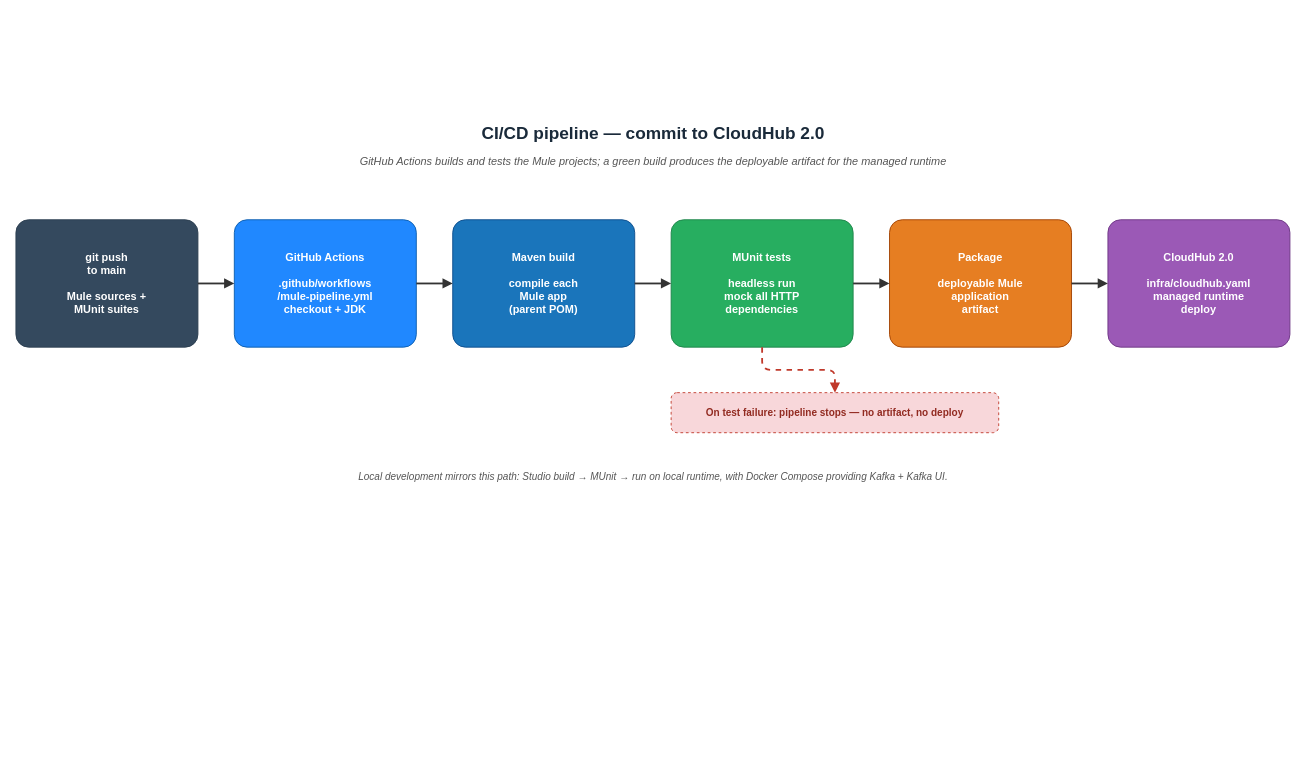
This is docs/cicd-pipeline.drawio from Bellick-Jiao/mulesoft-citizen360, a draw.io file, before an edit. Source tidied: cells renumbered, new cells numbered last; positions are measured from the earlier drawing's top-left corner, leaving out a move shared by most shapes. Both pictures are drawn from the tidied source at 91%, with x=0, y=0 at pixel (15, 117).
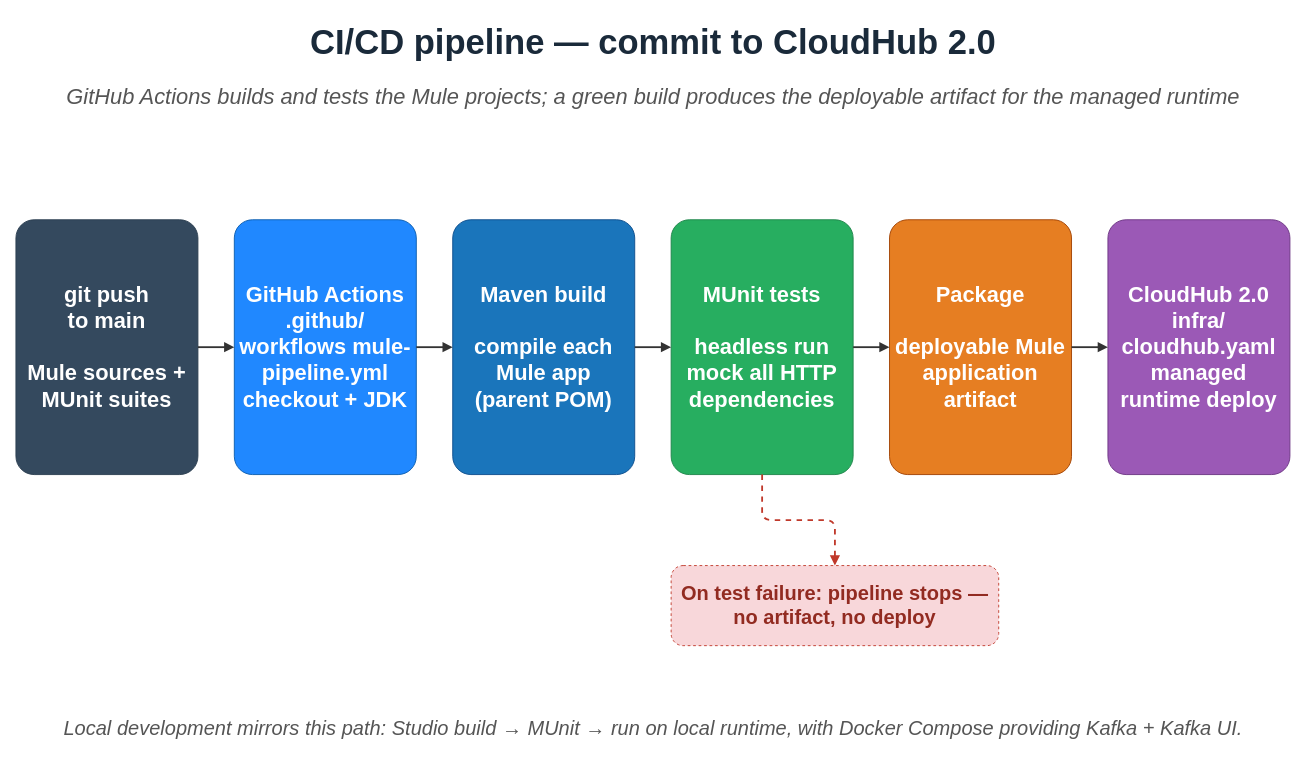
The same page after the edit.

Commit message (it also covers changes not shown here):
enlarge diagram fonts ~2x for readability on GitHub

Diff of the diagram source:
```diff
@@
 <mxGraphModel>
   <root>
     <mxCell id="0" />
     <mxCell id="1" parent="0" />
-    <mxCell id="2" value="CI/CD pipeline — commit to CloudHub 2.0" style="text;html=1;fontSize=19;fontStyle=1;align=center;fontColor=#1a2a3a;" parent="1" vertex="1">
-      <mxGeometry x="300" width="800" height="30" as="geometry" />
+    <mxCell id="2" value="CI/CD pipeline — commit to CloudHub 2.0" style="text;html=1;fontSize=38;fontStyle=1;align=center;fontColor=#1a2a3a;" parent="1" vertex="1">
+      <mxGeometry x="300" y="-112" width="800" height="60" as="geometry" />
     </mxCell>
-    <mxCell id="3" value="GitHub Actions builds and tests the Mule projects; a green build produces the deployable artifact for the managed runtime" style="text;html=1;fontSize=12;fontStyle=2;align=center;fontColor=#555555;" parent="1" vertex="1">
-      <mxGeometry x="200" y="34" width="1000" height="22" as="geometry" />
+    <mxCell id="3" value="GitHub Actions builds and tests the Mule projects; a green build produces the deployable artifact for the managed runtime" style="text;html=1;fontSize=24;fontStyle=2;align=center;fontColor=#555555;" parent="1" vertex="1">
+      <mxGeometry x="200" y="-44" width="1000" height="44" as="geometry" />
     </mxCell>
-    <mxCell id="4" value="git push&#10;to main&#10;&#10;Mule sources +&#10;MUnit suites" style="rounded=1;whiteSpace=wrap;html=1;fillColor=#34495e;strokeColor=#2c3e50;fontColor=#ffffff;fontSize=12;fontStyle=1;align=center;verticalAlign=middle;arcSize=10;" parent="1" vertex="1">
-      <mxGeometry y="112" width="200" height="140" as="geometry" />
+    <mxCell id="4" value="git push&#10;to main&#10;&#10;Mule sources +&#10;MUnit suites" style="rounded=1;whiteSpace=wrap;html=1;fillColor=#34495e;strokeColor=#2c3e50;fontColor=#ffffff;fontSize=24;fontStyle=1;align=center;verticalAlign=middle;arcSize=10;" parent="1" vertex="1">
+      <mxGeometry y="112" width="200" height="280" as="geometry" />
     </mxCell>
-    <mxCell id="5" value="GitHub Actions&#10;&#10;.github/workflows&#10;/mule-pipeline.yml&#10;checkout + JDK" style="rounded=1;whiteSpace=wrap;html=1;fillColor=#2088ff;strokeColor=#0b5cad;fontColor=#ffffff;fontSize=12;fontStyle=1;align=center;verticalAlign=middle;arcSize=10;" parent="1" vertex="1">
-      <mxGeometry x="240" y="112" width="200" height="140" as="geometry" />
+    <mxCell id="5" value="GitHub Actions&amp;#xa;&amp;#xa;.github/&amp;#xa;workflows&amp;#xa;mule-pipeline.yml&amp;#xa;checkout + JDK" style="rounded=1;whiteSpace=wrap;html=1;fillColor=#2088ff;strokeColor=#0b5cad;fontColor=#ffffff;fontSize=24;fontStyle=1;align=center;verticalAlign=middle;arcSize=10;" parent="1" vertex="1">
+      <mxGeometry x="240" y="112" width="200" height="280" as="geometry" />
     </mxCell>
-    <mxCell id="6" value="Maven build&#10;&#10;compile each&#10;Mule app&#10;(parent POM)" style="rounded=1;whiteSpace=wrap;html=1;fillColor=#1a75bb;strokeColor=#0d4d8c;fontColor=#ffffff;fontSize=12;fontStyle=1;align=center;verticalAlign=middle;arcSize=10;" parent="1" vertex="1">
-      <mxGeometry x="480" y="112" width="200" height="140" as="geometry" />
+    <mxCell id="6" value="Maven build&#10;&#10;compile each&#10;Mule app&#10;(parent POM)" style="rounded=1;whiteSpace=wrap;html=1;fillColor=#1a75bb;strokeColor=#0d4d8c;fontColor=#ffffff;fontSize=24;fontStyle=1;align=center;verticalAlign=middle;arcSize=10;" parent="1" vertex="1">
+      <mxGeometry x="480" y="112" width="200" height="280" as="geometry" />
     </mxCell>
-    <mxCell id="7" value="MUnit tests&#10;&#10;headless run&#10;mock all HTTP&#10;dependencies" style="rounded=1;whiteSpace=wrap;html=1;fillColor=#27ae60;strokeColor=#1e8449;fontColor=#ffffff;fontSize=12;fontStyle=1;align=center;verticalAlign=middle;arcSize=10;" parent="1" vertex="1">
-      <mxGeometry x="720" y="112" width="200" height="140" as="geometry" />
+    <mxCell id="7" value="MUnit tests&#10;&#10;headless run&#10;mock all HTTP&#10;dependencies" style="rounded=1;whiteSpace=wrap;html=1;fillColor=#27ae60;strokeColor=#1e8449;fontColor=#ffffff;fontSize=24;fontStyle=1;align=center;verticalAlign=middle;arcSize=10;" parent="1" vertex="1">
+      <mxGeometry x="720" y="112" width="200" height="280" as="geometry" />
     </mxCell>
-    <mxCell id="8" value="Package&#10;&#10;deployable Mule&#10;application&#10;artifact" style="rounded=1;whiteSpace=wrap;html=1;fillColor=#e67e22;strokeColor=#a04000;fontColor=#ffffff;fontSize=12;fontStyle=1;align=center;verticalAlign=middle;arcSize=10;" parent="1" vertex="1">
-      <mxGeometry x="960" y="112" width="200" height="140" as="geometry" />
+    <mxCell id="8" value="Package&#10;&#10;deployable Mule&#10;application&#10;artifact" style="rounded=1;whiteSpace=wrap;html=1;fillColor=#e67e22;strokeColor=#a04000;fontColor=#ffffff;fontSize=24;fontStyle=1;align=center;verticalAlign=middle;arcSize=10;" parent="1" vertex="1">
+      <mxGeometry x="960" y="112" width="200" height="280" as="geometry" />
     </mxCell>
-    <mxCell id="9" value="CloudHub 2.0&#10;&#10;infra/cloudhub.yaml&#10;managed runtime&#10;deploy" style="rounded=1;whiteSpace=wrap;html=1;fillColor=#9b59b6;strokeColor=#6c3483;fontColor=#ffffff;fontSize=12;fontStyle=1;align=center;verticalAlign=middle;arcSize=10;" parent="1" vertex="1">
-      <mxGeometry x="1200" y="112" width="200" height="140" as="geometry" />
+    <mxCell id="9" value="CloudHub 2.0&amp;#xa;&amp;#xa;infra/&amp;#xa;cloudhub.yaml&amp;#xa;managed runtime&amp;#xa;deploy" style="rounded=1;whiteSpace=wrap;html=1;fillColor=#9b59b6;strokeColor=#6c3483;fontColor=#ffffff;fontSize=24;fontStyle=1;align=center;verticalAlign=middle;arcSize=10;" parent="1" vertex="1">
+      <mxGeometry x="1200" y="112" width="200" height="280" as="geometry" />
     </mxCell>
     <mxCell id="10" style="edgeStyle=orthogonalEdgeStyle;rounded=1;html=1;strokeWidth=2;strokeColor=#333333;endArrow=block;exitX=1;exitY=0.5;entryX=0;entryY=0.5;" parent="1" edge="1" source="4" target="5">
       <mxGeometry relative="1" as="geometry" />
     </mxCell>
     <mxCell id="11" style="edgeStyle=orthogonalEdgeStyle;rounded=1;html=1;strokeWidth=2;strokeColor=#333333;endArrow=block;exitX=1;exitY=0.5;entryX=0;entryY=0.5;" parent="1" edge="1" source="5" target="6">
       <mxGeometry relative="1" as="geometry" />
     </mxCell>
     <mxCell id="12" style="edgeStyle=orthogonalEdgeStyle;rounded=1;html=1;strokeWidth=2;strokeColor=#333333;endArrow=block;exitX=1;exitY=0.5;entryX=0;entryY=0.5;" parent="1" edge="1" source="6" target="7">
       <mxGeometry relative="1" as="geometry" />
     </mxCell>
     <mxCell id="13" style="edgeStyle=orthogonalEdgeStyle;rounded=1;html=1;strokeWidth=2;strokeColor=#333333;endArrow=block;exitX=1;exitY=0.5;entryX=0;entryY=0.5;" parent="1" edge="1" source="7" target="8">
       <mxGeometry relative="1" as="geometry" />
     </mxCell>
     <mxCell id="14" style="edgeStyle=orthogonalEdgeStyle;rounded=1;html=1;strokeWidth=2;strokeColor=#333333;endArrow=block;exitX=1;exitY=0.5;entryX=0;entryY=0.5;" parent="1" edge="1" source="8" target="9">
       <mxGeometry relative="1" as="geometry" />
     </mxCell>
-    <mxCell id="15" value="On test failure: pipeline stops — no artifact, no deploy" style="rounded=1;whiteSpace=wrap;html=1;fillColor=#f8d7da;strokeColor=#c0392b;fontColor=#922b21;fontSize=11;fontStyle=1;dashed=1;" parent="1" vertex="1">
-      <mxGeometry x="720" y="302" width="360" height="44" as="geometry" />
+    <mxCell id="15" value="On test failure: pipeline stops — no artifact, no deploy" style="rounded=1;whiteSpace=wrap;html=1;fillColor=#f8d7da;strokeColor=#c0392b;fontColor=#922b21;fontSize=22;fontStyle=1;dashed=1;" parent="1" vertex="1">
+      <mxGeometry x="720" y="492" width="360" height="88" as="geometry" />
     </mxCell>
     <mxCell id="16" style="edgeStyle=orthogonalEdgeStyle;rounded=1;html=1;strokeWidth=2;strokeColor=#c0392b;dashed=1;endArrow=block;exitX=0.5;exitY=1;entryX=0.5;entryY=0;" parent="1" edge="1" source="7" target="15">
       <mxGeometry relative="1" as="geometry" />
     </mxCell>
-    <mxCell id="17" value="Local development mirrors this path: Studio build → MUnit → run on local runtime, with Docker Compose providing Kafka + Kafka UI." style="text;html=1;fontSize=11;fontStyle=2;align=center;fontColor=#555555;" parent="1" vertex="1">
-      <mxGeometry x="200" y="382" width="1000" height="22" as="geometry" />
+    <mxCell id="17" value="Local development mirrors this path: Studio build → MUnit → run on local runtime, with Docker Compose providing Kafka + Kafka UI." style="text;html=1;fontSize=22;fontStyle=2;align=center;fontColor=#555555;" parent="1" vertex="1">
+      <mxGeometry x="200" y="652" width="1000" height="44" as="geometry" />
     </mxCell>
   </root>
 </mxGraphModel>
```
